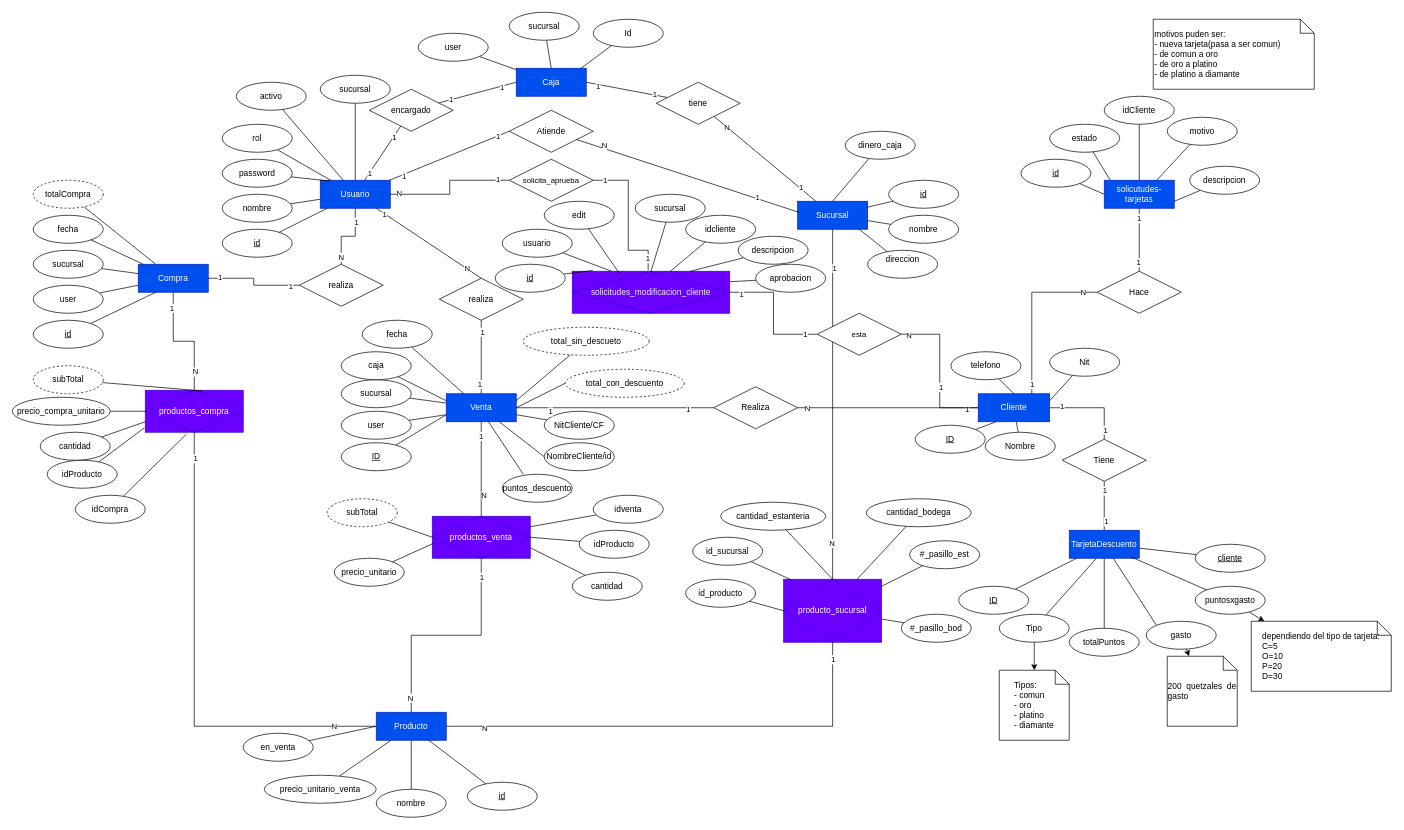
The draw.io diagram ManualTecnico/Entidad_Relacion.drawio in EilerGomez/GamerProXela_ArchivosSS2024, before the edit. Source tidied: cells renumbered, new cells numbered last; positions are measured from the earlier drawing's top-left corner, leaving out a move shared by most shapes. Both pictures are drawn from the tidied source at 70%, with x=0, y=0 at pixel (12, 12).
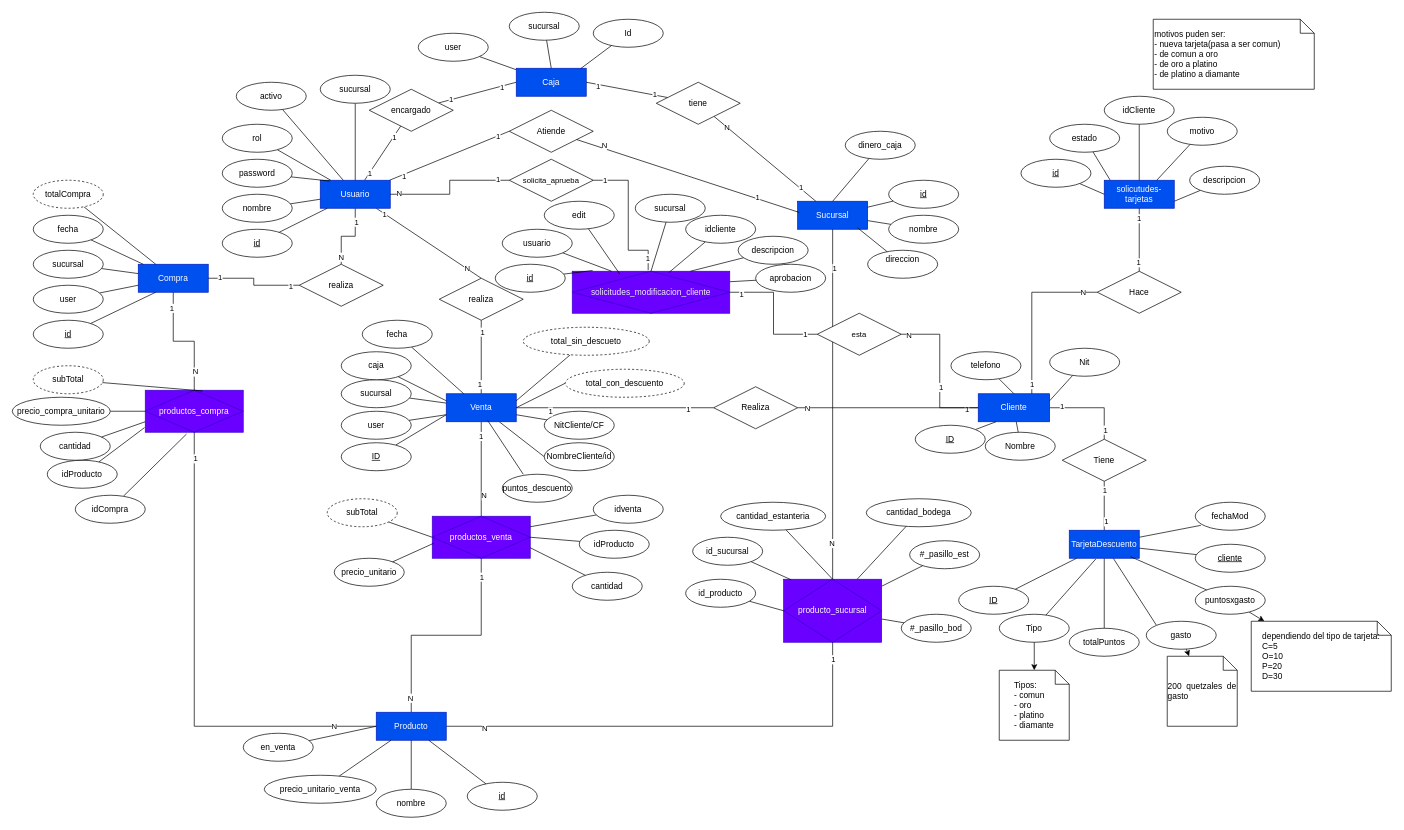
Above is the later version.

Unchanged cells that the change refers to:
```xml
<mxCell id="171" value="TarjetaDescuento" style="whiteSpace=wrap;html=1;align=center;fillColor=#0050ef;fontColor=#ffffff;strokeColor=#001DBC;" parent="1" vertex="1">
  <mxGeometry x="1510" y="740" width="100" height="40" as="geometry" />
</mxCell>
```

Change to the diagram source:
```diff
@@
+    <mxCell id="251" value="fechaMod" style="ellipse;whiteSpace=wrap;html=1;align=center;" parent="1" vertex="1">
+      <mxGeometry x="1690" y="700" width="100" height="40" as="geometry" />
+    </mxCell>
+    <mxCell id="252" style="rounded=0;jettySize=auto;html=1;endArrow=none;endFill=0;entryX=1;entryY=0.25;entryDx=0;entryDy=0;exitX=0.08;exitY=0.825;exitDx=0;exitDy=0;exitPerimeter=0;" parent="1" edge="1" source="251" target="171">
+      <mxGeometry relative="1" as="geometry" />
+    </mxCell>
```
